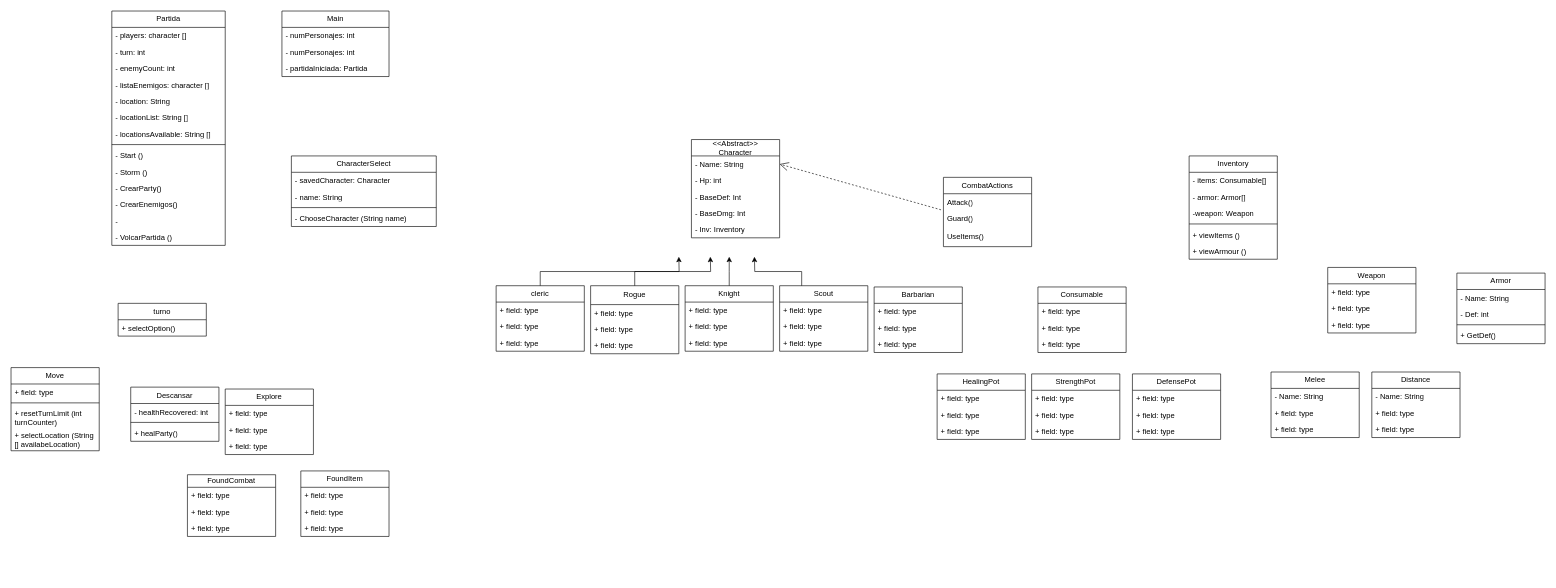
Above: _MedievalZone/Medieval-Zone-Diagram.drawio in Loadingexploat83/Medieval-Zone (draw.io), before the change. Source tidied: cells renumbered, new cells numbered last; positions are measured from the earlier drawing's top-left corner, leaving out a move shared by most shapes. Both pictures are drawn from the tidied source at 63%, with x=0, y=0 at pixel (11, 11).
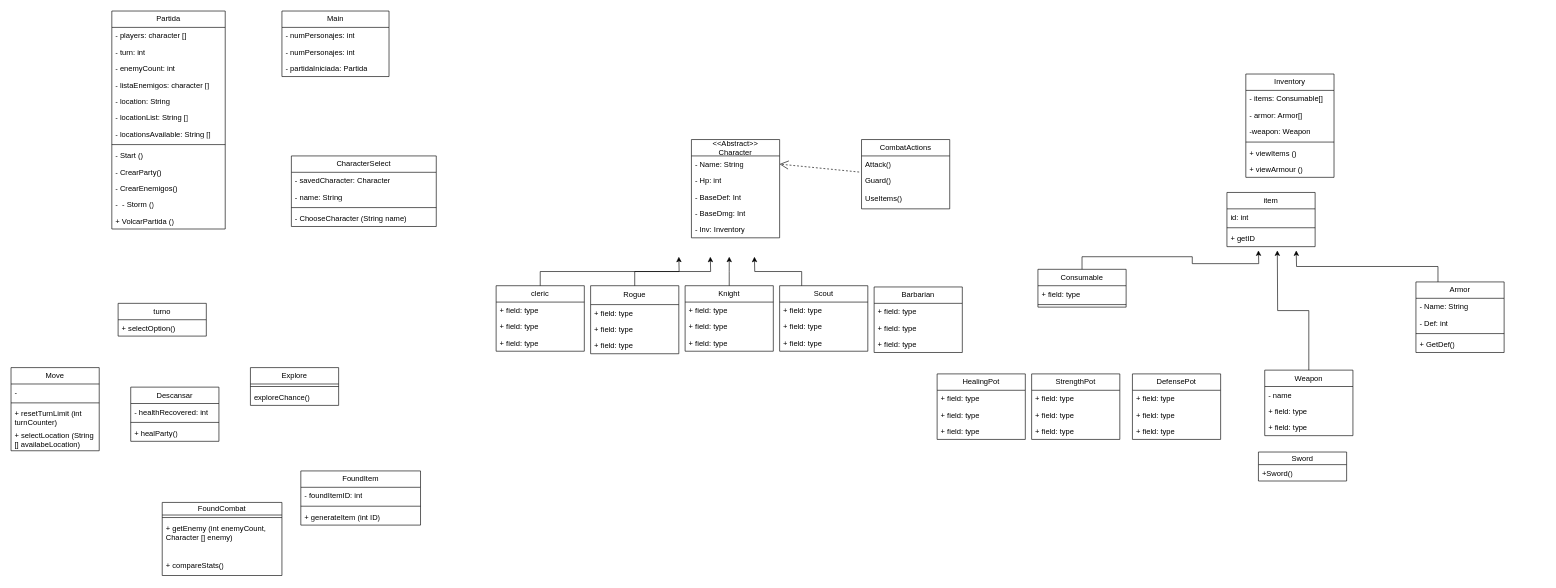
The same diagram, later.

The change refers to these unchanged cells:
```xml
<mxCell id="103" value="Move" style="swimlane;fontStyle=0;horizontal=1;startSize=26;fillColor=none;whiteSpace=wrap;html=1;" parent="1" vertex="1">
  <mxGeometry y="566" width="140" height="132" as="geometry" />
</mxCell>
```

Diff of the diagram source:
```diff
@@
     <mxCell id="6" value="Partida" style="swimlane;fontStyle=0;horizontal=1;startSize=26;fillColor=none;whiteSpace=wrap;html=1;" parent="1" vertex="1">
-      <mxGeometry x="160" width="180" height="372" as="geometry" />
+      <mxGeometry x="160" width="180" height="346" as="geometry" />
     </mxCell>
@@
-    <mxCell id="16" value="- Storm ()&lt;div&gt;&lt;br&gt;&lt;/div&gt;" style="text;strokeColor=none;fillColor=none;align=left;verticalAlign=top;spacingLeft=4;spacingRight=4;overflow=hidden;whiteSpace=wrap;html=1;" parent="6" vertex="1">
-      <mxGeometry y="242" width="180" height="26" as="geometry" />
-    </mxCell>
     <mxCell id="17" value="- CrearParty()&lt;div&gt;&lt;br&gt;&lt;/div&gt;" style="text;strokeColor=none;fillColor=none;align=left;verticalAlign=top;spacingLeft=4;spacingRight=4;overflow=hidden;whiteSpace=wrap;html=1;" parent="6" vertex="1">
-      <mxGeometry y="268" width="180" height="26" as="geometry" />
+      <mxGeometry y="242" width="180" height="26" as="geometry" />
     </mxCell>
     <mxCell id="18" value="- CrearEnemigos()&lt;div&gt;&lt;br&gt;&lt;/div&gt;" style="text;strokeColor=none;fillColor=none;align=left;verticalAlign=top;spacingLeft=4;spacingRight=4;overflow=hidden;whiteSpace=wrap;html=1;" parent="6" vertex="1">
-      <mxGeometry y="294" width="180" height="26" as="geometry" />
+      <mxGeometry y="268" width="180" height="26" as="geometry" />
     </mxCell>
-    <mxCell id="19" value="&lt;div&gt;-&amp;nbsp;&amp;nbsp;&lt;/div&gt;" style="text;strokeColor=none;fillColor=none;align=left;verticalAlign=top;spacingLeft=4;spacingRight=4;overflow=hidden;whiteSpace=wrap;html=1;" parent="6" vertex="1">
-      <mxGeometry y="320" width="180" height="26" as="geometry" />
+    <mxCell id="19" value="&lt;div&gt;-&amp;nbsp;&amp;nbsp;&lt;span style=&quot;background-color: transparent; color: light-dark(rgb(0, 0, 0), rgb(255, 255, 255));&quot;&gt;- Storm ()&lt;/span&gt;&lt;/div&gt;&lt;div&gt;&lt;br&gt;&lt;/div&gt;" style="text;strokeColor=none;fillColor=none;align=left;verticalAlign=top;spacingLeft=4;spacingRight=4;overflow=hidden;whiteSpace=wrap;html=1;" parent="6" vertex="1">
+      <mxGeometry y="294" width="180" height="26" as="geometry" />
     </mxCell>
-    <mxCell id="20" value="- VolcarPartida ()&lt;div&gt;&lt;br&gt;&lt;/div&gt;" style="text;strokeColor=none;fillColor=none;align=left;verticalAlign=top;spacingLeft=4;spacingRight=4;overflow=hidden;whiteSpace=wrap;html=1;" parent="6" vertex="1">
-      <mxGeometry y="346" width="180" height="26" as="geometry" />
+    <mxCell id="20" value="+ VolcarPartida ()&lt;div&gt;&lt;br&gt;&lt;/div&gt;" style="text;strokeColor=none;fillColor=none;align=left;verticalAlign=top;spacingLeft=4;spacingRight=4;overflow=hidden;whiteSpace=wrap;html=1;" parent="6" vertex="1">
+      <mxGeometry y="320" width="180" height="26" as="geometry" />
     </mxCell>
@@
     <mxCell id="23" value="FoundCombat" style="swimlane;fontStyle=0;horizontal=1;startSize=20;fillColor=none;whiteSpace=wrap;html=1;" parent="1" vertex="1">
-      <mxGeometry x="280" y="736" width="140" height="98" as="geometry" />
+      <mxGeometry x="240" y="780" width="190" height="116" as="geometry" />
     </mxCell>
-    <mxCell id="24" value="+ field: type" style="text;strokeColor=none;fillColor=none;align=left;verticalAlign=top;spacingLeft=4;spacingRight=4;overflow=hidden;whiteSpace=wrap;html=1;" parent="23" vertex="1">
-      <mxGeometry y="20" width="140" height="26" as="geometry" />
-    </mxCell>
-    <mxCell id="25" value="+ field: type" style="text;strokeColor=none;fillColor=none;align=left;verticalAlign=top;spacingLeft=4;spacingRight=4;overflow=hidden;whiteSpace=wrap;html=1;" parent="23" vertex="1">
-      <mxGeometry y="46" width="140" height="26" as="geometry" />
-    </mxCell>
-    <mxCell id="26" value="+ field: type" style="text;strokeColor=none;fillColor=none;align=left;verticalAlign=top;spacingLeft=4;spacingRight=4;overflow=hidden;whiteSpace=wrap;html=1;" parent="23" vertex="1">
-      <mxGeometry y="72" width="140" height="26" as="geometry" />
-    </mxCell>
+    <mxCell id="124" style="line;strokeWidth=1;fillColor=none;align=left;verticalAlign=middle;spacingTop=-1;spacingLeft=3;spacingRight=3;labelPosition=right;strokeColor=inherit;" parent="23" vertex="1">
+      <mxGeometry y="20" width="190" height="8" as="geometry" />
+    </mxCell>
+    <mxCell id="125" value="+ getEnemy (int enemyCount, Character [] enemy)" style="text;strokeColor=none;fillColor=none;align=left;verticalAlign=top;spacingLeft=4;spacingRight=4;overflow=hidden;whiteSpace=wrap;html=1;" parent="23" vertex="1">
+      <mxGeometry y="28" width="190" height="44" as="geometry" />
+    </mxCell>
+    <mxCell id="126" value="&lt;br&gt;&lt;div&gt;+ compareStats()&lt;/div&gt;" style="text;strokeColor=none;fillColor=none;align=left;verticalAlign=top;spacingLeft=4;spacingRight=4;overflow=hidden;whiteSpace=wrap;html=1;" parent="23" vertex="1">
+      <mxGeometry y="72" width="190" height="44" as="geometry" />
+    </mxCell>
@@
     <mxCell id="31" value="Explore" style="swimlane;fontStyle=0;horizontal=1;startSize=26;fillColor=none;whiteSpace=wrap;html=1;" parent="1" vertex="1">
-      <mxGeometry x="340" y="600" width="140" height="104" as="geometry" />
+      <mxGeometry x="380" y="566" width="140" height="60" as="geometry" />
     </mxCell>
-    <mxCell id="32" value="+ field: type" style="text;strokeColor=none;fillColor=none;align=left;verticalAlign=top;spacingLeft=4;spacingRight=4;overflow=hidden;whiteSpace=wrap;html=1;" parent="31" vertex="1">
-      <mxGeometry y="26" width="140" height="26" as="geometry" />
-    </mxCell>
-    <mxCell id="33" value="+ field: type" style="text;strokeColor=none;fillColor=none;align=left;verticalAlign=top;spacingLeft=4;spacingRight=4;overflow=hidden;whiteSpace=wrap;html=1;" parent="31" vertex="1">
-      <mxGeometry y="52" width="140" height="26" as="geometry" />
-    </mxCell>
+    <mxCell id="127" style="line;strokeWidth=1;fillColor=none;align=left;verticalAlign=middle;spacingTop=-1;spacingLeft=3;spacingRight=3;labelPosition=right;strokeColor=inherit;" parent="31" vertex="1">
+      <mxGeometry y="26" width="140" height="8" as="geometry" />
+    </mxCell>
-    <mxCell id="34" value="+ field: type" style="text;strokeColor=none;fillColor=none;align=left;verticalAlign=top;spacingLeft=4;spacingRight=4;overflow=hidden;whiteSpace=wrap;html=1;" parent="31" vertex="1">
-      <mxGeometry y="78" width="140" height="26" as="geometry" />
+    <mxCell id="34" value="exploreChance()" style="text;strokeColor=none;fillColor=none;align=left;verticalAlign=top;spacingLeft=4;spacingRight=4;overflow=hidden;whiteSpace=wrap;html=1;" parent="31" vertex="1">
+      <mxGeometry y="34" width="140" height="26" as="geometry" />
     </mxCell>
@@
     <mxCell id="70" value="CombatActions" style="swimlane;fontStyle=0;horizontal=1;startSize=26;fillColor=none;whiteSpace=wrap;html=1;" parent="1" vertex="1">
-      <mxGeometry x="1480" y="264" width="140" height="110" as="geometry" />
+      <mxGeometry x="1350" y="204" width="140" height="110" as="geometry" />
     </mxCell>
@@
     <mxCell id="75" value="FoundItem" style="swimlane;fontStyle=0;horizontal=1;startSize=26;fillColor=none;whiteSpace=wrap;html=1;" parent="1" vertex="1">
-      <mxGeometry x="460" y="730" width="140" height="104" as="geometry" />
+      <mxGeometry x="460" y="730" width="190" height="86" as="geometry" />
     </mxCell>
-    <mxCell id="76" value="+ field: type" style="text;strokeColor=none;fillColor=none;align=left;verticalAlign=top;spacingLeft=4;spacingRight=4;overflow=hidden;whiteSpace=wrap;html=1;" parent="75" vertex="1">
-      <mxGeometry y="26" width="140" height="26" as="geometry" />
+    <mxCell id="76" value="- foundItemID: int" style="text;strokeColor=none;fillColor=none;align=left;verticalAlign=top;spacingLeft=4;spacingRight=4;overflow=hidden;whiteSpace=wrap;html=1;" parent="75" vertex="1">
+      <mxGeometry y="26" width="190" height="26" as="geometry" />
     </mxCell>
-    <mxCell id="77" value="+ field: type" style="text;strokeColor=none;fillColor=none;align=left;verticalAlign=top;spacingLeft=4;spacingRight=4;overflow=hidden;whiteSpace=wrap;html=1;" parent="75" vertex="1">
-      <mxGeometry y="52" width="140" height="26" as="geometry" />
-    </mxCell>
-    <mxCell id="78" value="+ field: type" style="text;strokeColor=none;fillColor=none;align=left;verticalAlign=top;spacingLeft=4;spacingRight=4;overflow=hidden;whiteSpace=wrap;html=1;" parent="75" vertex="1">
-      <mxGeometry y="78" width="140" height="26" as="geometry" />
-    </mxCell>
+    <mxCell id="128" style="line;strokeWidth=1;fillColor=none;align=left;verticalAlign=middle;spacingTop=-1;spacingLeft=3;spacingRight=3;labelPosition=right;strokeColor=inherit;" parent="75" vertex="1">
+      <mxGeometry y="52" width="190" height="8" as="geometry" />
+    </mxCell>
+    <mxCell id="129" value="+ generateItem (int ID)" style="text;strokeColor=none;fillColor=none;align=left;verticalAlign=top;spacingLeft=4;spacingRight=4;overflow=hidden;whiteSpace=wrap;html=1;" parent="75" vertex="1">
+      <mxGeometry y="60" width="190" height="26" as="geometry" />
+    </mxCell>
     <mxCell id="79" value="Inventory" style="swimlane;fontStyle=0;horizontal=1;startSize=26;fillColor=none;whiteSpace=wrap;html=1;" parent="1" vertex="1">
-      <mxGeometry x="1870" y="230" width="140" height="164" as="geometry" />
+      <mxGeometry x="1960" y="100" width="140" height="164" as="geometry" />
     </mxCell>
@@
+    <mxCell id="130" style="edgeStyle=orthogonalEdgeStyle;rounded=0;jettySize=auto;html=1;exitX=0.5;exitY=0;exitDx=0;exitDy=0;" parent="1" edge="1" source="86">
+      <mxGeometry relative="1" as="geometry">
+        <mxPoint x="1980" y="380" as="targetPoint" />
+      </mxGeometry>
+    </mxCell>
     <mxCell id="86" value="Consumable" style="swimlane;fontStyle=0;horizontal=1;startSize=26;fillColor=none;whiteSpace=wrap;html=1;" parent="1" vertex="1">
-      <mxGeometry x="1630" y="438" width="140" height="104" as="geometry" />
+      <mxGeometry x="1630" y="410" width="140" height="60" as="geometry" />
     </mxCell>
-    <mxCell id="87" value="+ field: type" style="text;strokeColor=none;fillColor=none;align=left;verticalAlign=top;spacingLeft=4;spacingRight=4;overflow=hidden;whiteSpace=wrap;html=1;" parent="86" vertex="1">
-      <mxGeometry y="26" width="140" height="26" as="geometry" />
-    </mxCell>
     <mxCell id="88" value="+ field: type" style="text;strokeColor=none;fillColor=none;align=left;verticalAlign=top;spacingLeft=4;spacingRight=4;overflow=hidden;whiteSpace=wrap;html=1;" parent="86" vertex="1">
-      <mxGeometry y="52" width="140" height="26" as="geometry" />
+      <mxGeometry y="26" width="140" height="26" as="geometry" />
     </mxCell>
-    <mxCell id="89" value="+ field: type" style="text;strokeColor=none;fillColor=none;align=left;verticalAlign=top;spacingLeft=4;spacingRight=4;overflow=hidden;whiteSpace=wrap;html=1;" parent="86" vertex="1">
-      <mxGeometry y="78" width="140" height="26" as="geometry" />
-    </mxCell>
+    <mxCell id="131" style="line;strokeWidth=1;fillColor=none;align=left;verticalAlign=middle;spacingTop=-1;spacingLeft=3;spacingRight=3;labelPosition=right;strokeColor=inherit;" parent="86" vertex="1">
+      <mxGeometry y="52" width="140" height="8" as="geometry" />
+    </mxCell>
+    <mxCell id="132" style="edgeStyle=orthogonalEdgeStyle;rounded=0;jettySize=auto;html=1;exitX=0.5;exitY=0;exitDx=0;exitDy=0;" parent="1" edge="1" source="90">
+      <mxGeometry relative="1" as="geometry">
+        <mxPoint x="2010" y="380" as="targetPoint" />
+      </mxGeometry>
+    </mxCell>
     <mxCell id="90" value="Weapon" style="swimlane;fontStyle=0;horizontal=1;startSize=26;fillColor=none;whiteSpace=wrap;html=1;" parent="1" vertex="1">
-      <mxGeometry x="2090" y="407" width="140" height="104" as="geometry" />
+      <mxGeometry x="1990" y="570" width="140" height="104" as="geometry" />
     </mxCell>
-    <mxCell id="91" value="+ field: type" style="text;strokeColor=none;fillColor=none;align=left;verticalAlign=top;spacingLeft=4;spacingRight=4;overflow=hidden;whiteSpace=wrap;html=1;" parent="90" vertex="1">
+    <mxCell id="91" value="- name" style="text;strokeColor=none;fillColor=none;align=left;verticalAlign=top;spacingLeft=4;spacingRight=4;overflow=hidden;whiteSpace=wrap;html=1;" parent="90" vertex="1">
       <mxGeometry y="26" width="140" height="26" as="geometry" />
     </mxCell>
@@
+    <mxCell id="133" style="edgeStyle=orthogonalEdgeStyle;rounded=0;jettySize=auto;html=1;exitX=0.25;exitY=0;exitDx=0;exitDy=0;" parent="1" edge="1" source="94">
+      <mxGeometry relative="1" as="geometry">
+        <mxPoint x="2040" y="380" as="targetPoint" />
+      </mxGeometry>
+    </mxCell>
     <mxCell id="94" value="Armor" style="swimlane;fontStyle=0;horizontal=1;startSize=26;fillColor=none;whiteSpace=wrap;html=1;" parent="1" vertex="1">
-      <mxGeometry x="2295" y="416" width="140" height="112" as="geometry" />
+      <mxGeometry x="2230" y="430" width="140" height="112" as="geometry" />
     </mxCell>
@@
-    <mxCell id="104" value="+ field: type" style="text;strokeColor=none;fillColor=none;align=left;verticalAlign=top;spacingLeft=4;spacingRight=4;overflow=hidden;whiteSpace=wrap;html=1;" parent="103" vertex="1">
+    <mxCell id="104" value="-&amp;nbsp;" style="text;strokeColor=none;fillColor=none;align=left;verticalAlign=top;spacingLeft=4;spacingRight=4;overflow=hidden;whiteSpace=wrap;html=1;" parent="103" vertex="1">
       <mxGeometry y="26" width="140" height="26" as="geometry" />
     </mxCell>
@@
-    <mxCell id="116" value="Melee" style="swimlane;fontStyle=0;horizontal=1;startSize=26;fillColor=none;whiteSpace=wrap;html=1;" parent="1" vertex="1">
-      <mxGeometry x="2000" y="573" width="140" height="104" as="geometry" />
-    </mxCell>
-    <mxCell id="117" value="- Name: String" style="text;strokeColor=none;fillColor=none;align=left;verticalAlign=top;spacingLeft=4;spacingRight=4;overflow=hidden;whiteSpace=wrap;html=1;" parent="116" vertex="1">
-      <mxGeometry y="26" width="140" height="26" as="geometry" />
-    </mxCell>
-    <mxCell id="118" value="+ field: type" style="text;strokeColor=none;fillColor=none;align=left;verticalAlign=top;spacingLeft=4;spacingRight=4;overflow=hidden;whiteSpace=wrap;html=1;" parent="116" vertex="1">
-      <mxGeometry y="52" width="140" height="26" as="geometry" />
-    </mxCell>
-    <mxCell id="119" value="+ field: type" style="text;strokeColor=none;fillColor=none;align=left;verticalAlign=top;spacingLeft=4;spacingRight=4;overflow=hidden;whiteSpace=wrap;html=1;" parent="116" vertex="1">
-      <mxGeometry y="78" width="140" height="26" as="geometry" />
-    </mxCell>
-    <mxCell id="120" value="Distance" style="swimlane;fontStyle=0;horizontal=1;startSize=26;fillColor=none;whiteSpace=wrap;html=1;" parent="1" vertex="1">
-      <mxGeometry x="2160" y="573" width="140" height="104" as="geometry" />
-    </mxCell>
-    <mxCell id="121" value="- Name: String" style="text;strokeColor=none;fillColor=none;align=left;verticalAlign=top;spacingLeft=4;spacingRight=4;overflow=hidden;whiteSpace=wrap;html=1;" parent="120" vertex="1">
-      <mxGeometry y="26" width="140" height="26" as="geometry" />
-    </mxCell>
-    <mxCell id="122" value="+ field: type" style="text;strokeColor=none;fillColor=none;align=left;verticalAlign=top;spacingLeft=4;spacingRight=4;overflow=hidden;whiteSpace=wrap;html=1;" parent="120" vertex="1">
-      <mxGeometry y="52" width="140" height="26" as="geometry" />
-    </mxCell>
-    <mxCell id="123" value="+ field: type" style="text;strokeColor=none;fillColor=none;align=left;verticalAlign=top;spacingLeft=4;spacingRight=4;overflow=hidden;whiteSpace=wrap;html=1;" parent="120" vertex="1">
-      <mxGeometry y="78" width="140" height="26" as="geometry" />
-    </mxCell>
+    <mxCell id="134" value="Sword" style="swimlane;fontStyle=0;horizontal=1;startSize=20;fillColor=none;whiteSpace=wrap;html=1;" parent="1" vertex="1">
+      <mxGeometry x="1980" y="700" width="140" height="46" as="geometry" />
+    </mxCell>
+    <mxCell id="135" value="+Sword()" style="text;strokeColor=none;fillColor=none;align=left;verticalAlign=top;spacingLeft=4;spacingRight=4;overflow=hidden;whiteSpace=wrap;html=1;" parent="134" vertex="1">
+      <mxGeometry y="20" width="140" height="26" as="geometry" />
+    </mxCell>
+    <mxCell id="136" value="item" style="swimlane;fontStyle=0;horizontal=1;startSize=26;fillColor=none;whiteSpace=wrap;html=1;" parent="1" vertex="1">
+      <mxGeometry x="1930" y="288" width="140" height="86" as="geometry" />
+    </mxCell>
+    <mxCell id="137" value="id: int" style="text;strokeColor=none;fillColor=none;align=left;verticalAlign=top;spacingLeft=4;spacingRight=4;overflow=hidden;whiteSpace=wrap;html=1;" parent="136" vertex="1">
+      <mxGeometry y="26" width="140" height="26" as="geometry" />
+    </mxCell>
+    <mxCell id="138" style="line;strokeWidth=1;fillColor=none;align=left;verticalAlign=middle;spacingTop=-1;spacingLeft=3;spacingRight=3;labelPosition=right;strokeColor=inherit;" parent="136" vertex="1">
+      <mxGeometry y="52" width="140" height="8" as="geometry" />
+    </mxCell>
+    <mxCell id="139" value="+ getID" style="text;strokeColor=none;fillColor=none;align=left;verticalAlign=top;spacingLeft=4;spacingRight=4;overflow=hidden;whiteSpace=wrap;html=1;" parent="136" vertex="1">
+      <mxGeometry y="60" width="140" height="26" as="geometry" />
+    </mxCell>
```
